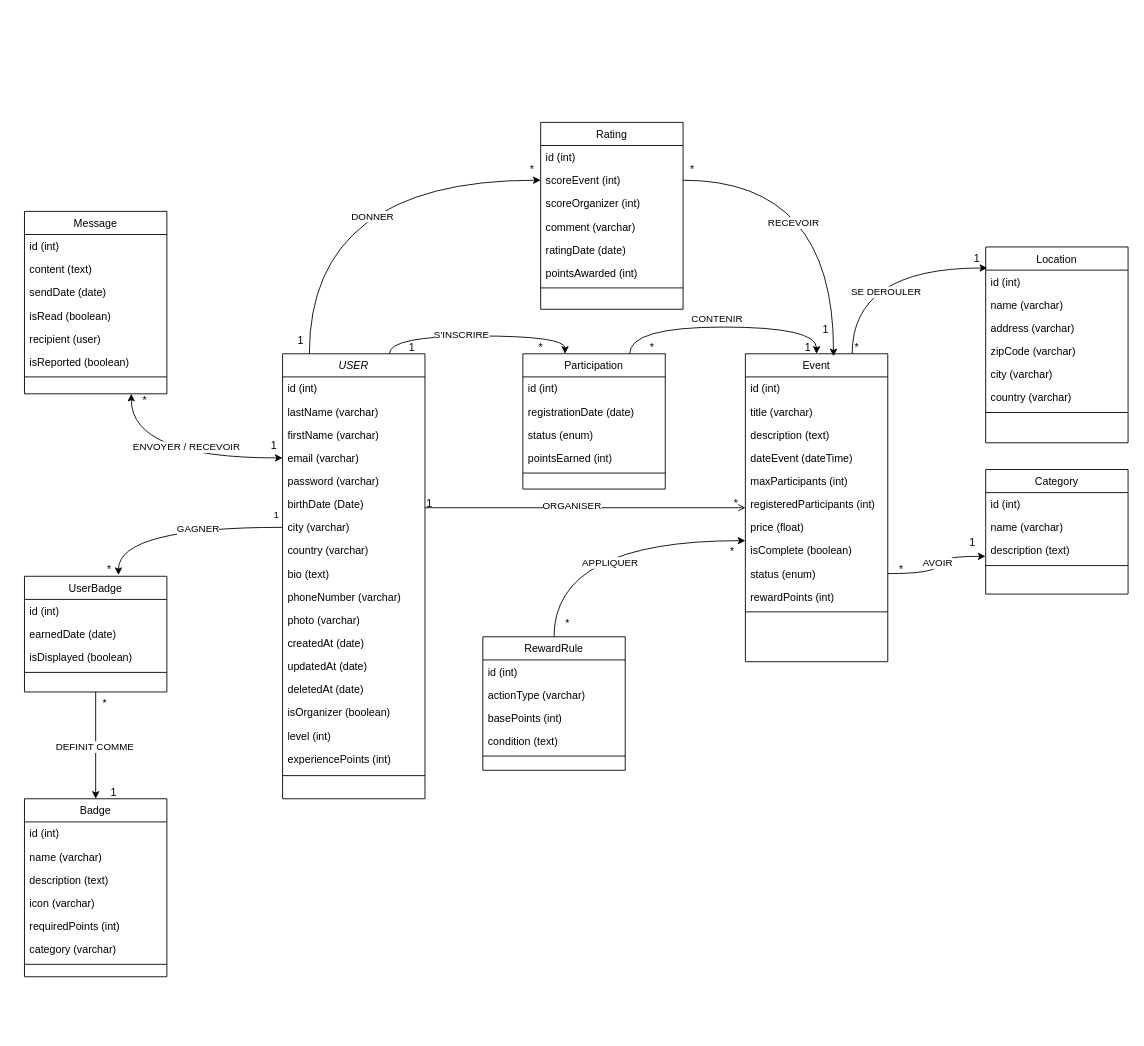
The draw.io diagram page "d_classe" (1 of 9) of Diagramme sans nom.drawio in AnaisP974/MeetNGo, before the edit. Source tidied: cells renumbered, new cells numbered last; positions are measured from the earlier drawing's top-left corner, leaving out a move shared by most shapes. Both pictures are drawn from the tidied source at 89%, with x=0, y=0 at pixel (24, 122).
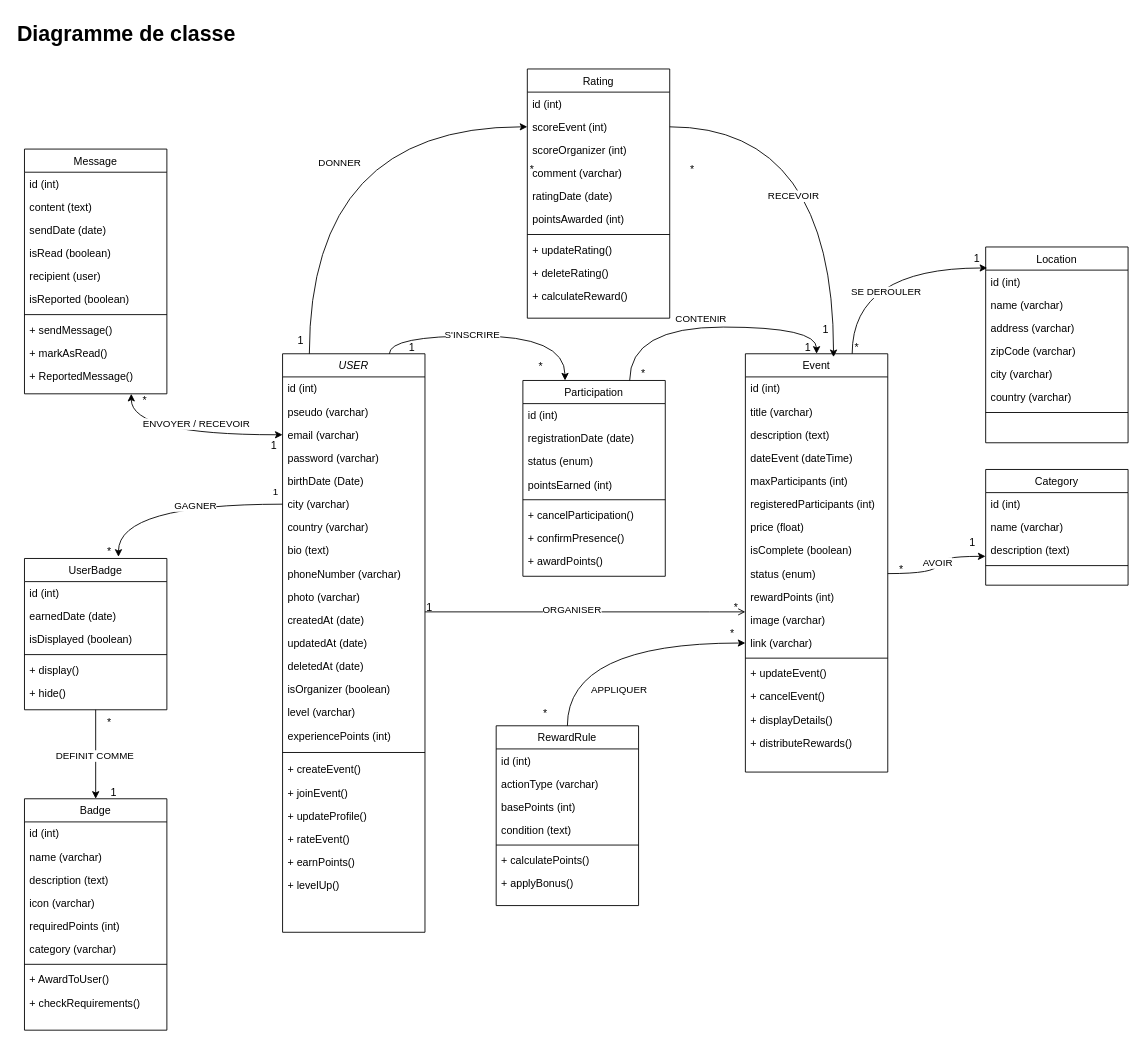
The same diagram, later.

Commit message:
Mettre à jour Diagramme sans nom.drawio

The change refers to these unchanged cells:
```xml
<mxCell id="31" value="isComplete (boolean)" style="text;align=left;verticalAlign=top;spacingLeft=4;spacingRight=4;overflow=hidden;points=[[0,0.5],[1,0.5]];portConstraint=eastwest;rounded=0;shadow=0;html=0;" parent="23" vertex="1">
  <mxGeometry y="208" width="160" height="26" as="geometry" />
</mxCell>
```

What changed in the source:
```diff
@@
     <mxCell id="2" value="USER" style="swimlane;fontStyle=2;align=center;verticalAlign=top;horizontal=1;startSize=26;rounded=0;shadow=0;strokeWidth=1;" parent="1" vertex="1">
-      <mxGeometry x="290" y="260" width="160" height="500" as="geometry" />
+      <mxGeometry x="290" y="260" width="160" height="650" as="geometry" />
     </mxCell>
@@
-    <mxCell id="4" value="lastName (varchar)" style="text;align=left;verticalAlign=top;spacingLeft=4;spacingRight=4;overflow=hidden;rounded=0;shadow=0;html=0;" parent="2" vertex="1">
+    <mxCell id="4" value="pseudo (varchar)" style="text;align=left;verticalAlign=top;spacingLeft=4;spacingRight=4;overflow=hidden;rounded=0;shadow=0;html=0;" parent="2" vertex="1">
       <mxGeometry y="52" width="160" height="26" as="geometry" />
     </mxCell>
-    <mxCell id="5" value="firstName (varchar)" style="text;align=left;verticalAlign=top;spacingLeft=4;spacingRight=4;overflow=hidden;rounded=0;shadow=0;html=0;" parent="2" vertex="1">
-      <mxGeometry y="78" width="160" height="26" as="geometry" />
-    </mxCell>
     <mxCell id="6" value="email (varchar)" style="text;align=left;verticalAlign=top;spacingLeft=4;spacingRight=4;overflow=hidden;points=[[0,0.5],[1,0.5]];portConstraint=eastwest;" parent="2" vertex="1">
-      <mxGeometry y="104" width="160" height="26" as="geometry" />
+      <mxGeometry y="78" width="160" height="26" as="geometry" />
     </mxCell>
     <mxCell id="7" value="password (varchar)" style="text;align=left;verticalAlign=top;spacingLeft=4;spacingRight=4;overflow=hidden;rounded=0;shadow=0;html=0;" parent="2" vertex="1">
-      <mxGeometry y="130" width="160" height="26" as="geometry" />
+      <mxGeometry y="104" width="160" height="26" as="geometry" />
     </mxCell>
     <mxCell id="8" value="birthDate (Date)" style="text;align=left;verticalAlign=top;spacingLeft=4;spacingRight=4;overflow=hidden;rounded=0;shadow=0;html=0;" parent="2" vertex="1">
-      <mxGeometry y="156" width="160" height="26" as="geometry" />
+      <mxGeometry y="130" width="160" height="26" as="geometry" />
     </mxCell>
     <mxCell id="9" value="city (varchar)" style="text;align=left;verticalAlign=top;spacingLeft=4;spacingRight=4;overflow=hidden;points=[[0,0.5],[1,0.5]];portConstraint=eastwest;rounded=0;shadow=0;html=0;" parent="2" vertex="1">
-      <mxGeometry y="182" width="160" height="26" as="geometry" />
+      <mxGeometry y="156" width="160" height="26" as="geometry" />
     </mxCell>
     <mxCell id="10" value="country (varchar)" style="text;align=left;verticalAlign=top;spacingLeft=4;spacingRight=4;overflow=hidden;rounded=0;shadow=0;html=0;" parent="2" vertex="1">
-      <mxGeometry y="208" width="160" height="26" as="geometry" />
+      <mxGeometry y="182" width="160" height="26" as="geometry" />
     </mxCell>
     <mxCell id="11" value="bio (text)" style="text;align=left;verticalAlign=top;spacingLeft=4;spacingRight=4;overflow=hidden;rounded=0;shadow=0;html=0;" parent="2" vertex="1">
-      <mxGeometry y="234" width="160" height="26" as="geometry" />
+      <mxGeometry y="208" width="160" height="26" as="geometry" />
     </mxCell>
     <mxCell id="12" value="phoneNumber (varchar)" style="text;align=left;verticalAlign=top;spacingLeft=4;spacingRight=4;overflow=hidden;rounded=0;shadow=0;html=0;" parent="2" vertex="1">
-      <mxGeometry y="260" width="160" height="26" as="geometry" />
+      <mxGeometry y="234" width="160" height="26" as="geometry" />
     </mxCell>
     <mxCell id="13" value="photo (varchar)" style="text;align=left;verticalAlign=top;spacingLeft=4;spacingRight=4;overflow=hidden;rounded=0;shadow=0;html=0;" parent="2" vertex="1">
-      <mxGeometry y="286" width="160" height="26" as="geometry" />
+      <mxGeometry y="260" width="160" height="26" as="geometry" />
     </mxCell>
     <mxCell id="14" value="createdAt (date)" style="text;align=left;verticalAlign=top;spacingLeft=4;spacingRight=4;overflow=hidden;rounded=0;shadow=0;html=0;" parent="2" vertex="1">
-      <mxGeometry y="312" width="160" height="26" as="geometry" />
+      <mxGeometry y="286" width="160" height="26" as="geometry" />
     </mxCell>
     <mxCell id="15" value="updatedAt (date)" style="text;align=left;verticalAlign=top;spacingLeft=4;spacingRight=4;overflow=hidden;rounded=0;shadow=0;html=0;" parent="2" vertex="1">
-      <mxGeometry y="338" width="160" height="26" as="geometry" />
+      <mxGeometry y="312" width="160" height="26" as="geometry" />
     </mxCell>
     <mxCell id="16" value="deletedAt (date)" style="text;align=left;verticalAlign=top;spacingLeft=4;spacingRight=4;overflow=hidden;rounded=0;shadow=0;html=0;" parent="2" vertex="1">
-      <mxGeometry y="364" width="160" height="26" as="geometry" />
+      <mxGeometry y="338" width="160" height="26" as="geometry" />
     </mxCell>
     <mxCell id="17" value="isOrganizer (boolean)" style="text;align=left;verticalAlign=top;spacingLeft=4;spacingRight=4;overflow=hidden;rounded=0;shadow=0;html=0;" parent="2" vertex="1">
-      <mxGeometry y="390" width="160" height="26" as="geometry" />
+      <mxGeometry y="364" width="160" height="26" as="geometry" />
     </mxCell>
-    <mxCell id="18" value="level (int)" style="text;align=left;verticalAlign=top;spacingLeft=4;spacingRight=4;overflow=hidden;rounded=0;shadow=0;html=0;" parent="2" vertex="1">
-      <mxGeometry y="416" width="160" height="26" as="geometry" />
+    <mxCell id="18" value="level (varchar)" style="text;align=left;verticalAlign=top;spacingLeft=4;spacingRight=4;overflow=hidden;rounded=0;shadow=0;html=0;" parent="2" vertex="1">
+      <mxGeometry y="390" width="160" height="26" as="geometry" />
     </mxCell>
     <mxCell id="19" value="experiencePoints (int)" style="text;align=left;verticalAlign=top;spacingLeft=4;spacingRight=4;overflow=hidden;rounded=0;shadow=0;html=0;" parent="2" vertex="1">
-      <mxGeometry y="442" width="160" height="26" as="geometry" />
+      <mxGeometry y="416" width="160" height="26" as="geometry" />
     </mxCell>
     <mxCell id="20" style="line;html=1;strokeWidth=1;align=left;verticalAlign=middle;spacingTop=-1;spacingLeft=3;spacingRight=3;labelPosition=right;" parent="2" vertex="1">
-      <mxGeometry y="468" width="160" height="12" as="geometry" />
+      <mxGeometry y="442" width="160" height="12" as="geometry" />
     </mxCell>
+    <mxCell id="131" value="+ createEvent()" style="text;align=left;verticalAlign=top;spacingLeft=4;spacingRight=4;overflow=hidden;" parent="2" vertex="1">
+      <mxGeometry y="454" width="160" height="26" as="geometry" />
+    </mxCell>
+    <mxCell id="132" value="+ joinEvent()" style="text;align=left;verticalAlign=top;spacingLeft=4;spacingRight=4;overflow=hidden;" parent="2" vertex="1">
+      <mxGeometry y="480" width="160" height="26" as="geometry" />
+    </mxCell>
+    <mxCell id="133" value="+ updateProfile()" style="text;align=left;verticalAlign=top;spacingLeft=4;spacingRight=4;overflow=hidden;" parent="2" vertex="1">
+      <mxGeometry y="506" width="160" height="26" as="geometry" />
+    </mxCell>
+    <mxCell id="134" value="+ rateEvent()" style="text;align=left;verticalAlign=top;spacingLeft=4;spacingRight=4;overflow=hidden;" parent="2" vertex="1">
+      <mxGeometry y="532" width="160" height="26" as="geometry" />
+    </mxCell>
+    <mxCell id="135" value="+ earnPoints()" style="text;align=left;verticalAlign=top;spacingLeft=4;spacingRight=4;overflow=hidden;" parent="2" vertex="1">
+      <mxGeometry y="558" width="160" height="26" as="geometry" />
+    </mxCell>
+    <mxCell id="136" value="+ levelUp()" style="text;align=left;verticalAlign=top;spacingLeft=4;spacingRight=4;overflow=hidden;" parent="2" vertex="1">
+      <mxGeometry y="584" width="160" height="26" as="geometry" />
+    </mxCell>
@@
     <mxCell id="23" value="Event" style="swimlane;fontStyle=0;align=center;verticalAlign=top;horizontal=1;startSize=26;rounded=0;shadow=0;strokeWidth=1;" parent="1" vertex="1">
-      <mxGeometry x="810" y="260" width="160" height="346" as="geometry" />
+      <mxGeometry x="810" y="260" width="160" height="470" as="geometry" />
     </mxCell>
@@
+    <mxCell id="137" value="image (varchar)" style="text;align=left;verticalAlign=top;spacingLeft=4;spacingRight=4;overflow=hidden;rounded=0;shadow=0;html=0;" parent="23" vertex="1">
+      <mxGeometry y="286" width="160" height="26" as="geometry" />
+    </mxCell>
+    <mxCell id="138" value="link (varchar)" style="text;align=left;verticalAlign=top;spacingLeft=4;spacingRight=4;overflow=hidden;points=[[0,0.5],[1,0.5]];portConstraint=eastwest;rounded=0;shadow=0;html=0;" parent="23" vertex="1">
+      <mxGeometry y="312" width="160" height="26" as="geometry" />
+    </mxCell>
     <mxCell id="34" style="line;html=1;strokeWidth=1;align=left;verticalAlign=middle;spacingTop=-1;spacingLeft=3;spacingRight=3;labelPosition=right;" parent="23" vertex="1">
-      <mxGeometry y="286" width="160" height="8" as="geometry" />
+      <mxGeometry y="338" width="160" height="8" as="geometry" />
     </mxCell>
+    <mxCell id="139" value="+ updateEvent()" style="text;align=left;verticalAlign=top;spacingLeft=4;spacingRight=4;overflow=hidden;" parent="23" vertex="1">
+      <mxGeometry y="346" width="160" height="26" as="geometry" />
+    </mxCell>
+    <mxCell id="140" value="+ cancelEvent()" style="text;align=left;verticalAlign=top;spacingLeft=4;spacingRight=4;overflow=hidden;" parent="23" vertex="1">
+      <mxGeometry y="372" width="160" height="26" as="geometry" />
+    </mxCell>
+    <mxCell id="141" value="+ displayDetails()" style="text;align=left;verticalAlign=top;spacingLeft=4;spacingRight=4;overflow=hidden;" parent="23" vertex="1">
+      <mxGeometry y="398" width="160" height="26" as="geometry" />
+    </mxCell>
+    <mxCell id="142" value="+ distributeRewards()" style="text;align=left;verticalAlign=top;spacingLeft=4;spacingRight=4;overflow=hidden;" parent="23" vertex="1">
+      <mxGeometry y="424" width="160" height="26" as="geometry" />
+    </mxCell>
     <mxCell id="35" style="endArrow=open;shadow=0;strokeWidth=1;rounded=0;curved=0;endFill=1;edgeStyle=elbowEdgeStyle;elbow=vertical;" parent="1" edge="1" source="2" target="23">
       <mxGeometry x="0.5" y="41" relative="1" as="geometry">
+        <Array as="points">
+          <mxPoint x="770" y="550" />
+        </Array>
         <mxPoint x="-40" y="32" as="offset" />
       </mxGeometry>
     </mxCell>
@@
     <mxCell id="47" value="Category" style="swimlane;fontStyle=0;align=center;verticalAlign=top;horizontal=1;startSize=26;rounded=0;shadow=0;strokeWidth=1;" parent="1" vertex="1">
-      <mxGeometry x="1080" y="390" width="160" height="140" as="geometry" />
+      <mxGeometry x="1080" y="390" width="160" height="130" as="geometry" />
     </mxCell>
@@
     <mxCell id="52" value="Rating" style="swimlane;fontStyle=0;align=center;verticalAlign=top;horizontal=1;startSize=26;rounded=0;shadow=0;strokeWidth=1;" parent="1" vertex="1">
-      <mxGeometry x="580" width="160" height="210" as="geometry" />
+      <mxGeometry x="565" y="-60" width="160" height="280" as="geometry" />
     </mxCell>
@@
+    <mxCell id="143" value="+ updateRating()" style="text;align=left;verticalAlign=top;spacingLeft=4;spacingRight=4;overflow=hidden;" parent="52" vertex="1">
+      <mxGeometry y="190" width="160" height="26" as="geometry" />
+    </mxCell>
+    <mxCell id="144" value="+ deleteRating()" style="text;align=left;verticalAlign=top;spacingLeft=4;spacingRight=4;overflow=hidden;" parent="52" vertex="1">
+      <mxGeometry y="216" width="160" height="26" as="geometry" />
+    </mxCell>
+    <mxCell id="145" value="+ calculateReward()" style="text;align=left;verticalAlign=top;spacingLeft=4;spacingRight=4;overflow=hidden;" parent="52" vertex="1">
+      <mxGeometry y="242" width="160" height="26" as="geometry" />
+    </mxCell>
     <mxCell id="60" value="Message" style="swimlane;fontStyle=0;align=center;verticalAlign=top;horizontal=1;startSize=26;rounded=0;shadow=0;strokeWidth=1;" parent="1" vertex="1">
-      <mxGeometry y="100" width="160" height="205" as="geometry" />
+      <mxGeometry y="30" width="160" height="275" as="geometry" />
     </mxCell>
@@
+    <mxCell id="146" value="+ sendMessage()" style="text;align=left;verticalAlign=top;spacingLeft=4;spacingRight=4;overflow=hidden;" parent="60" vertex="1">
+      <mxGeometry y="190" width="160" height="26" as="geometry" />
+    </mxCell>
+    <mxCell id="147" value="+ markAsRead()" style="text;align=left;verticalAlign=top;spacingLeft=4;spacingRight=4;overflow=hidden;" parent="60" vertex="1">
+      <mxGeometry y="216" width="160" height="26" as="geometry" />
+    </mxCell>
+    <mxCell id="148" value="+ ReportedMessage()" style="text;align=left;verticalAlign=top;spacingLeft=4;spacingRight=4;overflow=hidden;" parent="60" vertex="1">
+      <mxGeometry y="242" width="160" height="26" as="geometry" />
+    </mxCell>
     <mxCell id="68" value="Participation" style="swimlane;fontStyle=0;align=center;verticalAlign=top;horizontal=1;startSize=26;rounded=0;shadow=0;strokeWidth=1;" parent="1" vertex="1">
-      <mxGeometry x="560" y="260" width="160" height="152" as="geometry" />
+      <mxGeometry x="560" y="290" width="160" height="220" as="geometry" />
     </mxCell>
@@
+    <mxCell id="149" value="+ cancelParticipation()" style="text;align=left;verticalAlign=top;spacingLeft=4;spacingRight=4;overflow=hidden;" parent="68" vertex="1">
+      <mxGeometry y="138" width="160" height="26" as="geometry" />
+    </mxCell>
+    <mxCell id="150" value="+ confirmPresence()" style="text;align=left;verticalAlign=top;spacingLeft=4;spacingRight=4;overflow=hidden;" parent="68" vertex="1">
+      <mxGeometry y="164" width="160" height="26" as="geometry" />
+    </mxCell>
+    <mxCell id="151" value="+ awardPoints()" style="text;align=left;verticalAlign=top;spacingLeft=4;spacingRight=4;overflow=hidden;" parent="68" vertex="1">
+      <mxGeometry y="190" width="160" height="26" as="geometry" />
+    </mxCell>
@@
     <mxCell id="76" value="UserBadge" style="swimlane;fontStyle=0;align=center;verticalAlign=top;horizontal=1;startSize=26;rounded=0;shadow=0;strokeWidth=1;" parent="1" vertex="1">
-      <mxGeometry y="510" width="160" height="130" as="geometry" />
+      <mxGeometry y="490" width="160" height="170" as="geometry" />
     </mxCell>
@@
+    <mxCell id="152" value="+ display()" style="text;align=left;verticalAlign=top;spacingLeft=4;spacingRight=4;overflow=hidden;" parent="76" vertex="1">
+      <mxGeometry y="112" width="160" height="26" as="geometry" />
+    </mxCell>
+    <mxCell id="153" value="+ hide()" style="text;align=left;verticalAlign=top;spacingLeft=4;spacingRight=4;overflow=hidden;" parent="76" vertex="1">
+      <mxGeometry y="138" width="160" height="26" as="geometry" />
+    </mxCell>
     <mxCell id="81" value="Badge" style="swimlane;fontStyle=0;align=center;verticalAlign=top;horizontal=1;startSize=26;rounded=0;shadow=0;strokeWidth=1;" parent="1" vertex="1">
-      <mxGeometry y="760" width="160" height="200" as="geometry" />
+      <mxGeometry y="760" width="160" height="260" as="geometry" />
     </mxCell>
@@
+    <mxCell id="154" value="+ AwardToUser()" style="text;align=left;verticalAlign=top;spacingLeft=4;spacingRight=4;overflow=hidden;" parent="81" vertex="1">
+      <mxGeometry y="190" width="160" height="26" as="geometry" />
+    </mxCell>
+    <mxCell id="155" value="+ checkRequirements()" style="text;align=left;verticalAlign=top;spacingLeft=4;spacingRight=4;overflow=hidden;" parent="81" vertex="1">
+      <mxGeometry y="216" width="160" height="26" as="geometry" />
+    </mxCell>
     <mxCell id="89" value="RewardRule" style="swimlane;fontStyle=0;align=center;verticalAlign=top;horizontal=1;startSize=26;rounded=0;shadow=0;strokeWidth=1;" parent="1" vertex="1">
-      <mxGeometry x="515" y="578" width="160" height="150" as="geometry" />
+      <mxGeometry x="530" y="678" width="160" height="202" as="geometry" />
     </mxCell>
@@
+    <mxCell id="156" value="+ calculatePoints()" style="text;align=left;verticalAlign=top;spacingLeft=4;spacingRight=4;overflow=hidden;" parent="89" vertex="1">
+      <mxGeometry y="138" width="160" height="26" as="geometry" />
+    </mxCell>
+    <mxCell id="157" value="+ applyBonus()" style="text;align=left;verticalAlign=top;spacingLeft=4;spacingRight=4;overflow=hidden;" parent="89" vertex="1">
+      <mxGeometry y="164" width="160" height="26" as="geometry" />
+    </mxCell>
@@
     <mxCell id="102" value="*" style="text;html=1;align=center;verticalAlign=middle;strokeColor=none;fillColor=none;" parent="1" vertex="1">
-      <mxGeometry x="80" y="488" width="30" height="30" as="geometry" />
+      <mxGeometry x="80" y="468" width="30" height="30" as="geometry" />
     </mxCell>
     <mxCell id="103" value="*" style="text;html=1;align=center;verticalAlign=middle;strokeColor=none;fillColor=none;" parent="1" vertex="1">
-      <mxGeometry x="75" y="638" width="30" height="30" as="geometry" />
+      <mxGeometry x="80" y="660" width="30" height="30" as="geometry" />
     </mxCell>
@@
     <mxCell id="105" value="*" style="text;html=1;align=center;verticalAlign=middle;strokeColor=none;fillColor=none;" parent="1" vertex="1">
-      <mxGeometry x="565" y="238" width="30" height="30" as="geometry" />
+      <mxGeometry x="565" y="260" width="30" height="30" as="geometry" />
     </mxCell>
@@
     <mxCell id="109" value="*" style="text;html=1;align=center;verticalAlign=middle;strokeColor=none;fillColor=none;" parent="1" vertex="1">
-      <mxGeometry x="690" y="238" width="30" height="30" as="geometry" />
+      <mxGeometry x="680" y="268" width="30" height="30" as="geometry" />
     </mxCell>
@@
-    <mxCell id="125" style="edgeStyle=orthogonalEdgeStyle;rounded=0;jettySize=auto;html=1;entryX=0;entryY=0.077;entryDx=0;entryDy=0;entryPerimeter=0;curved=1;" parent="1" edge="1" source="89" target="31">
+    <mxCell id="125" style="edgeStyle=orthogonalEdgeStyle;rounded=0;jettySize=auto;html=1;entryX=0;entryY=0.5;entryDx=0;entryDy=0;curved=1;" parent="1" edge="1" source="89" target="138">
       <mxGeometry relative="1" as="geometry" />
     </mxCell>
     <mxCell id="126" value="APPLIQUER" style="edgeLabel;html=1;align=center;verticalAlign=middle;" parent="125" vertex="1">
-      <mxGeometry x="0.06" y="-24" relative="1" as="geometry" />
+      <mxGeometry x="0.06" y="-24" relative="1" as="geometry">
+        <mxPoint x="-5" y="28" as="offset" />
+      </mxGeometry>
     </mxCell>
     <mxCell id="127" value="*" style="text;html=1;align=center;verticalAlign=middle;strokeColor=none;fillColor=none;" parent="1" vertex="1">
-      <mxGeometry x="595" y="548" width="30" height="30" as="geometry" />
+      <mxGeometry x="570" y="650" width="30" height="30" as="geometry" />
     </mxCell>
     <mxCell id="128" value="*" style="text;html=1;align=center;verticalAlign=middle;strokeColor=none;fillColor=none;" parent="1" vertex="1">
-      <mxGeometry x="780" y="468" width="30" height="30" as="geometry" />
+      <mxGeometry x="780" y="560" width="30" height="30" as="geometry" />
     </mxCell>
@@
+    <mxCell id="158" value="&lt;h1 style=&quot;margin-top: 0px;&quot;&gt;Diagramme de classe&lt;/h1&gt;" style="text;html=1;whiteSpace=wrap;overflow=hidden;rounded=0;" parent="1" vertex="1">
+      <mxGeometry x="-10" y="-120" width="460" height="50" as="geometry" />
+    </mxCell>
```
